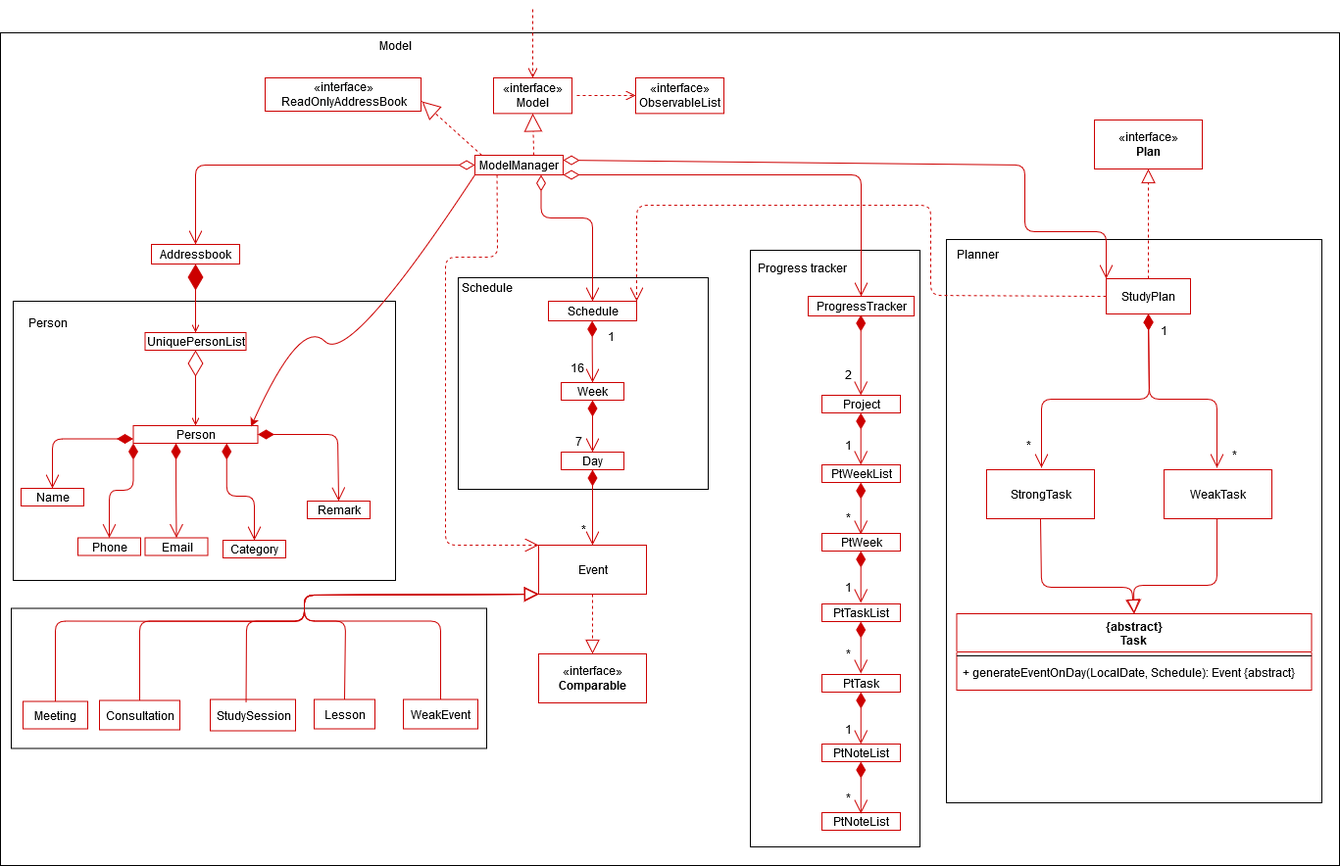
xCelestialPhoenix/main keeps this draw.io diagram as docs/images/ModelClassDiagram.png. Above is the earlier version. Source tidied: cells renumbered, new cells last; positions are measured from the earlier drawing's top-left corner, leaving out a move shared by most shapes.
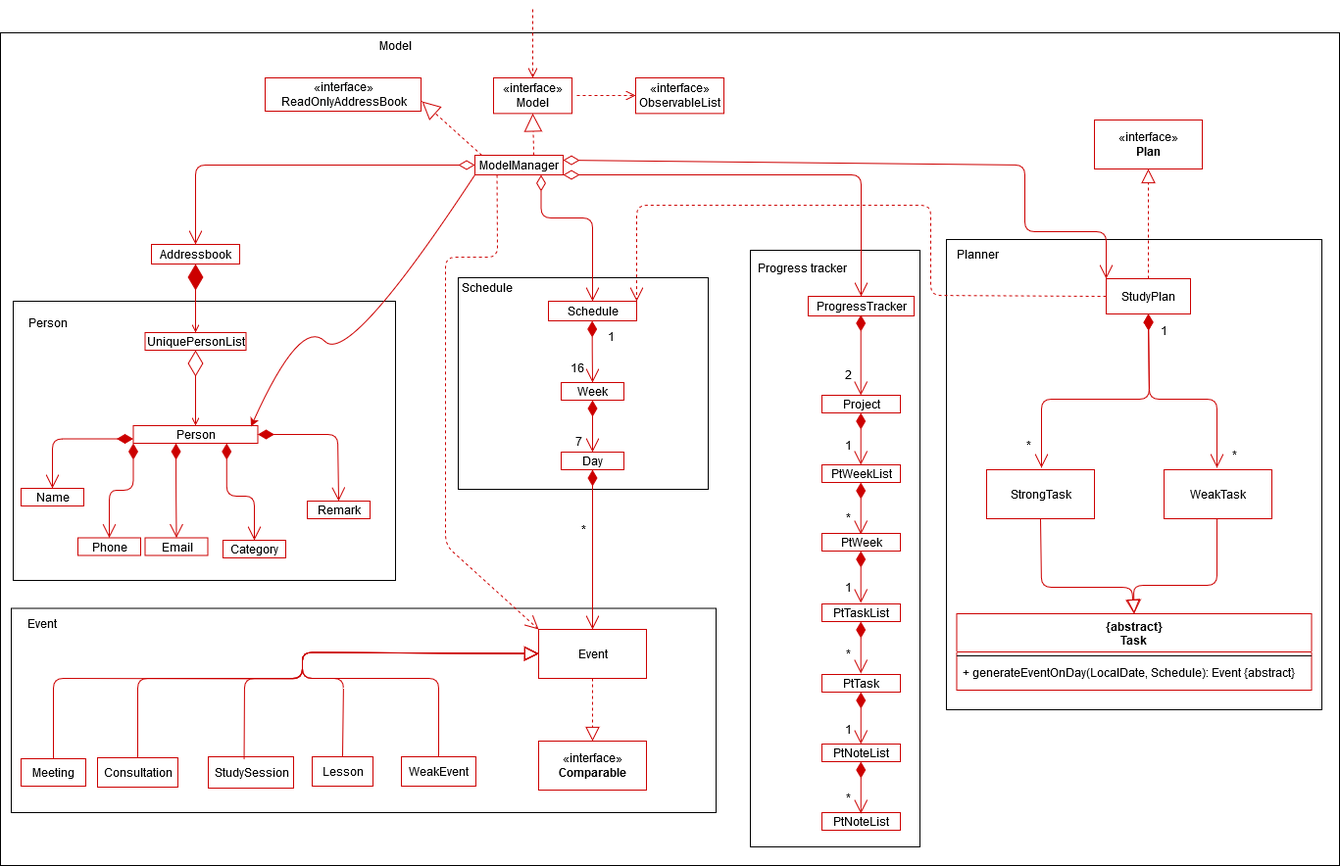
The same diagram one commit later.

Commit message:
Updated model class diagram

Change to the diagram source:
```diff
@@ -255,7 +255,7 @@
       <mxGeometry relative="1" as="geometry" />
     </mxCell>
     <mxCell id="64" style="rounded=0;whiteSpace=wrap;html=1;" parent="1" vertex="1">
-      <mxGeometry x="11" y="611.5" width="485" height="143" as="geometry" />
+      <mxGeometry x="11" y="611.5" width="719" height="208.5" as="geometry" />
     </mxCell>
     <mxCell id="65" style="endArrow=diamondThin;endFill=1;endSize=24;html=1;strokeColor=#CC0000;entryX=0.5;entryY=1;entryDx=0;entryDy=0;exitX=0.5;exitY=0;exitDx=0;exitDy=0;startArrow=open;startFill=0;" parent="1" edge="1" source="14" target="13">
       <mxGeometry relative="1" as="geometry" />
@@ -269,63 +269,63 @@
         </Array>
       </mxGeometry>
     </mxCell>
-    <mxCell id="67" style="endArrow=block;endFill=0;endSize=12;html=1;strokeColor=#CC0000;exitX=0.5;exitY=0;exitDx=0;exitDy=0;entryX=0;entryY=1;entryDx=0;entryDy=0;" parent="1" edge="1" source="71" target="99">
+    <mxCell id="67" style="endArrow=block;endFill=0;endSize=12;html=1;strokeColor=#CC0000;exitX=0.5;exitY=0;exitDx=0;exitDy=0;" parent="1" edge="1" source="71" target="99">
       <mxGeometry relative="1" as="geometry">
         <Array as="points">
-          <mxPoint x="56" y="624.5" />
-          <mxPoint x="310" y="625" />
-          <mxPoint x="310" y="598" />
+          <mxPoint x="54" y="683" />
+          <mxPoint x="308" y="683.5" />
+          <mxPoint x="308" y="656.5" />
         </Array>
       </mxGeometry>
     </mxCell>
     <mxCell id="68" value="&lt;div&gt;Lesson&lt;/div&gt;" style="html=1;strokeColor=#CC0000;" parent="1" vertex="1">
-      <mxGeometry x="320" y="704.5" width="62" height="30" as="geometry" />
+      <mxGeometry x="318" y="763" width="62" height="30" as="geometry" />
     </mxCell>
     <mxCell id="69" value="StudySession" style="html=1;strokeColor=#CC0000;" parent="1" vertex="1">
-      <mxGeometry x="214" y="704.5" width="87" height="32" as="geometry" />
+      <mxGeometry x="212" y="763" width="87" height="32" as="geometry" />
     </mxCell>
     <mxCell id="70" value="Consultation" style="html=1;strokeColor=#CC0000;" parent="1" vertex="1">
-      <mxGeometry x="101" y="705.5" width="82" height="30" as="geometry" />
+      <mxGeometry x="99" y="764" width="82" height="30" as="geometry" />
     </mxCell>
     <mxCell id="71" value="Meeting" style="html=1;strokeColor=#CC0000;" parent="1" vertex="1">
-      <mxGeometry x="23" y="706.5" width="66" height="28" as="geometry" />
+      <mxGeometry x="21" y="765" width="66" height="28" as="geometry" />
     </mxCell>
     <mxCell id="72" value="&lt;div&gt;WeakEvent&lt;/div&gt;" style="html=1;strokeColor=#CC0000;" parent="1" vertex="1">
-      <mxGeometry x="411" y="704.5" width="76" height="30" as="geometry" />
+      <mxGeometry x="409" y="763" width="76" height="30" as="geometry" />
     </mxCell>
-    <mxCell id="73" style="endArrow=block;endFill=0;endSize=12;html=1;strokeColor=#CC0000;exitX=0.5;exitY=0;exitDx=0;exitDy=0;entryX=0;entryY=1;entryDx=0;entryDy=0;" parent="1" edge="1" source="70" target="99">
+    <mxCell id="73" style="endArrow=block;endFill=0;endSize=12;html=1;strokeColor=#CC0000;exitX=0.5;exitY=0;exitDx=0;exitDy=0;" parent="1" edge="1" source="70" target="99">
       <mxGeometry relative="1" as="geometry">
         <Array as="points">
-          <mxPoint x="142" y="624.5" />
-          <mxPoint x="310" y="624.5" />
-          <mxPoint x="310" y="598" />
+          <mxPoint x="140" y="683" />
+          <mxPoint x="308" y="683" />
+          <mxPoint x="308" y="656.5" />
         </Array>
       </mxGeometry>
     </mxCell>
-    <mxCell id="74" style="endArrow=block;endFill=0;endSize=12;html=1;strokeColor=#CC0000;exitX=0.42;exitY=0.094;exitDx=0;exitDy=0;exitPerimeter=0;entryX=0;entryY=1;entryDx=0;entryDy=0;" parent="1" edge="1" source="69" target="99">
+    <mxCell id="74" style="endArrow=block;endFill=0;endSize=12;html=1;strokeColor=#CC0000;exitX=0.42;exitY=0.094;exitDx=0;exitDy=0;exitPerimeter=0;" parent="1" edge="1" source="69" target="99">
       <mxGeometry relative="1" as="geometry">
         <Array as="points">
-          <mxPoint x="251" y="624.5" />
-          <mxPoint x="310" y="624.5" />
-          <mxPoint x="310" y="598" />
+          <mxPoint x="249" y="683" />
+          <mxPoint x="308" y="683" />
+          <mxPoint x="308" y="656.5" />
         </Array>
       </mxGeometry>
     </mxCell>
-    <mxCell id="75" style="endArrow=block;endFill=0;endSize=12;html=1;strokeColor=#CC0000;exitX=0.5;exitY=0;exitDx=0;exitDy=0;entryX=0;entryY=1;entryDx=0;entryDy=0;" parent="1" edge="1" source="68" target="99">
+    <mxCell id="75" style="endArrow=block;endFill=0;endSize=12;html=1;strokeColor=#CC0000;exitX=0.5;exitY=0;exitDx=0;exitDy=0;" parent="1" edge="1" source="68" target="99">
       <mxGeometry relative="1" as="geometry">
         <Array as="points">
-          <mxPoint x="352" y="624.5" />
-          <mxPoint x="310" y="624.5" />
-          <mxPoint x="310" y="598" />
+          <mxPoint x="350" y="683" />
+          <mxPoint x="308" y="683" />
+          <mxPoint x="308" y="656.5" />
         </Array>
       </mxGeometry>
     </mxCell>
-    <mxCell id="76" style="endArrow=block;endFill=0;endSize=12;html=1;strokeColor=#CC0000;exitX=0.5;exitY=0;exitDx=0;exitDy=0;entryX=0;entryY=1;entryDx=0;entryDy=0;" parent="1" edge="1" source="72" target="99">
+    <mxCell id="76" style="endArrow=block;endFill=0;endSize=12;html=1;strokeColor=#CC0000;exitX=0.5;exitY=0;exitDx=0;exitDy=0;" parent="1" edge="1" source="72" target="99">
       <mxGeometry relative="1" as="geometry">
         <Array as="points">
-          <mxPoint x="449" y="624.5" />
-          <mxPoint x="310" y="624.5" />
-          <mxPoint x="310" y="598" />
+          <mxPoint x="447" y="683" />
+          <mxPoint x="308" y="683" />
+          <mxPoint x="308" y="656.5" />
         </Array>
       </mxGeometry>
     </mxCell>
@@ -345,13 +345,13 @@
       <mxGeometry x="614" y="325" width="17" height="18" as="geometry" />
     </mxCell>
     <mxCell id="82" value="«interface»&lt;br&gt;&lt;b&gt;Comparable&lt;/b&gt;" style="html=1;strokeColor=#CC0000;" parent="1" vertex="1">
-      <mxGeometry x="549" y="658" width="110" height="50" as="geometry" />
+      <mxGeometry x="549" y="747" width="110" height="50" as="geometry" />
     </mxCell>
     <mxCell id="83" style="endArrow=block;dashed=1;endFill=0;endSize=12;html=1;entryX=0.5;entryY=0;entryDx=0;entryDy=0;strokeColor=#CC0000;exitX=0.5;exitY=1;exitDx=0;exitDy=0;" parent="1" edge="1" source="99" target="82">
       <mxGeometry relative="1" as="geometry" />
     </mxCell>
     <mxCell id="84" style="rounded=0;whiteSpace=wrap;html=1;" parent="1" vertex="1">
-      <mxGeometry x="965" y="235" width="383" height="575" as="geometry" />
+      <mxGeometry x="965" y="235" width="383" height="480" as="geometry" />
     </mxCell>
     <mxCell id="85" value="Planner" style="text;html=1;strokeColor=none;fillColor=none;align=center;verticalAlign=middle;whiteSpace=wrap;rounded=0;" parent="1" vertex="1">
       <mxGeometry x="967" y="240" width="60" height="20" as="geometry" />
@@ -430,7 +430,7 @@
       <mxGeometry y="47" width="362" height="31" as="geometry" />
     </mxCell>
     <mxCell id="99" value="Event" style="html=1;strokeColor=#CC0000;" parent="1" vertex="1">
-      <mxGeometry x="549" y="547" width="110" height="50" as="geometry" />
+      <mxGeometry x="549" y="633" width="110" height="50" as="geometry" />
     </mxCell>
     <mxCell id="100" value="StrongTask" style="html=1;strokeColor=#CC0000;" parent="1" vertex="1">
       <mxGeometry x="1006" y="470" width="110" height="50" as="geometry" />
@@ -444,5 +444,8 @@
     <mxCell id="103" value="«interface»&lt;br&gt;&lt;b&gt;Plan&lt;/b&gt;" style="html=1;strokeColor=#CC0000;" parent="1" vertex="1">
       <mxGeometry x="1116" y="113" width="110" height="50" as="geometry" />
     </mxCell>
+    <mxCell id="104" value="Event" style="text;html=1;strokeColor=none;fillColor=none;align=center;verticalAlign=middle;whiteSpace=wrap;rounded=0;" parent="1" vertex="1">
+      <mxGeometry x="19" y="617" width="48" height="20" as="geometry" />
+    </mxCell>
   </root>
 </mxGraphModel>
```
